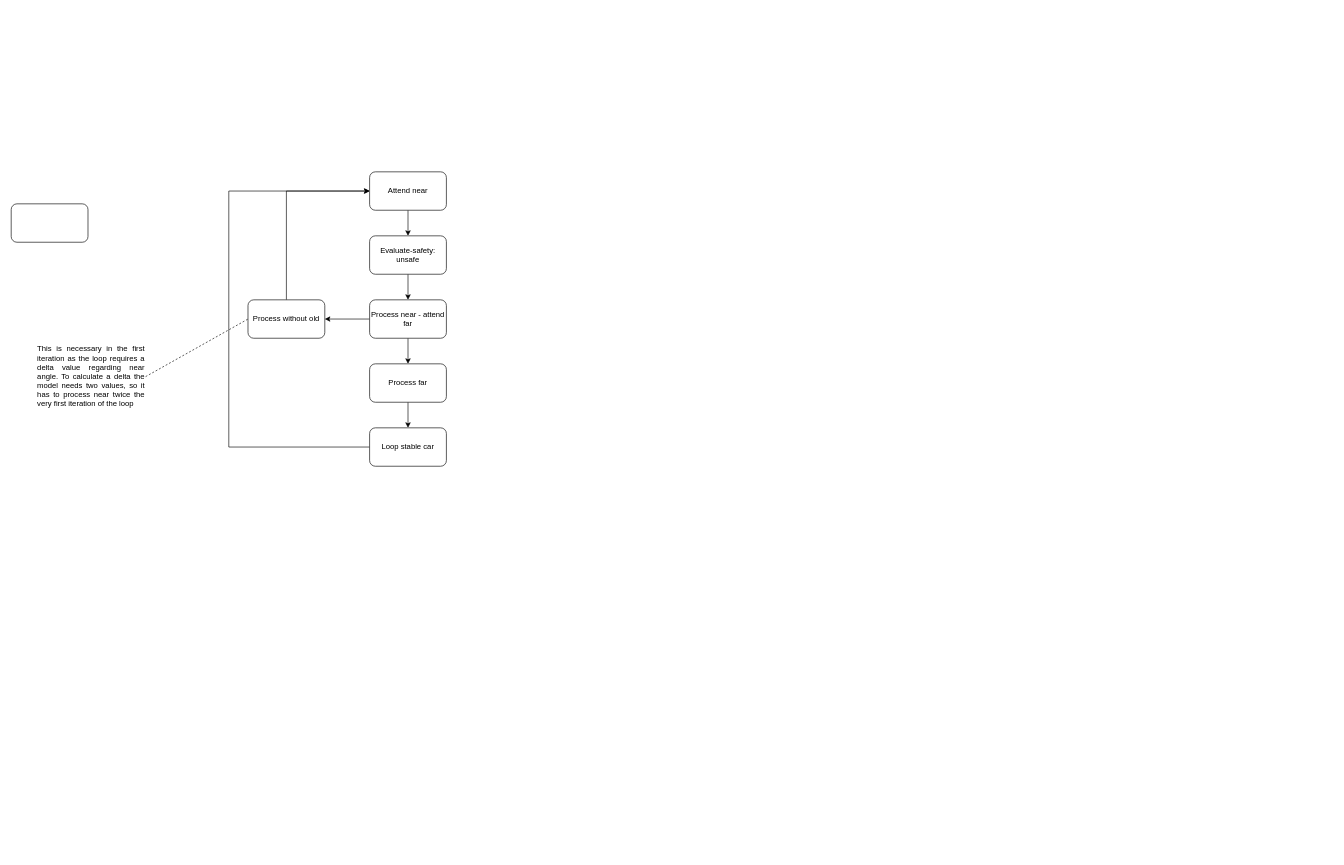
This is Untitled Diagram.drawio from heldmoritz/driving-nback, a draw.io file, before an edit. Source tidied: cells renumbered, new cells numbered last; positions are measured from the earlier drawing's top-left corner, leaving out a move shared by most shapes. Both pictures are drawn from the tidied source at 64%, with x=0, y=0 at pixel (11, 172).
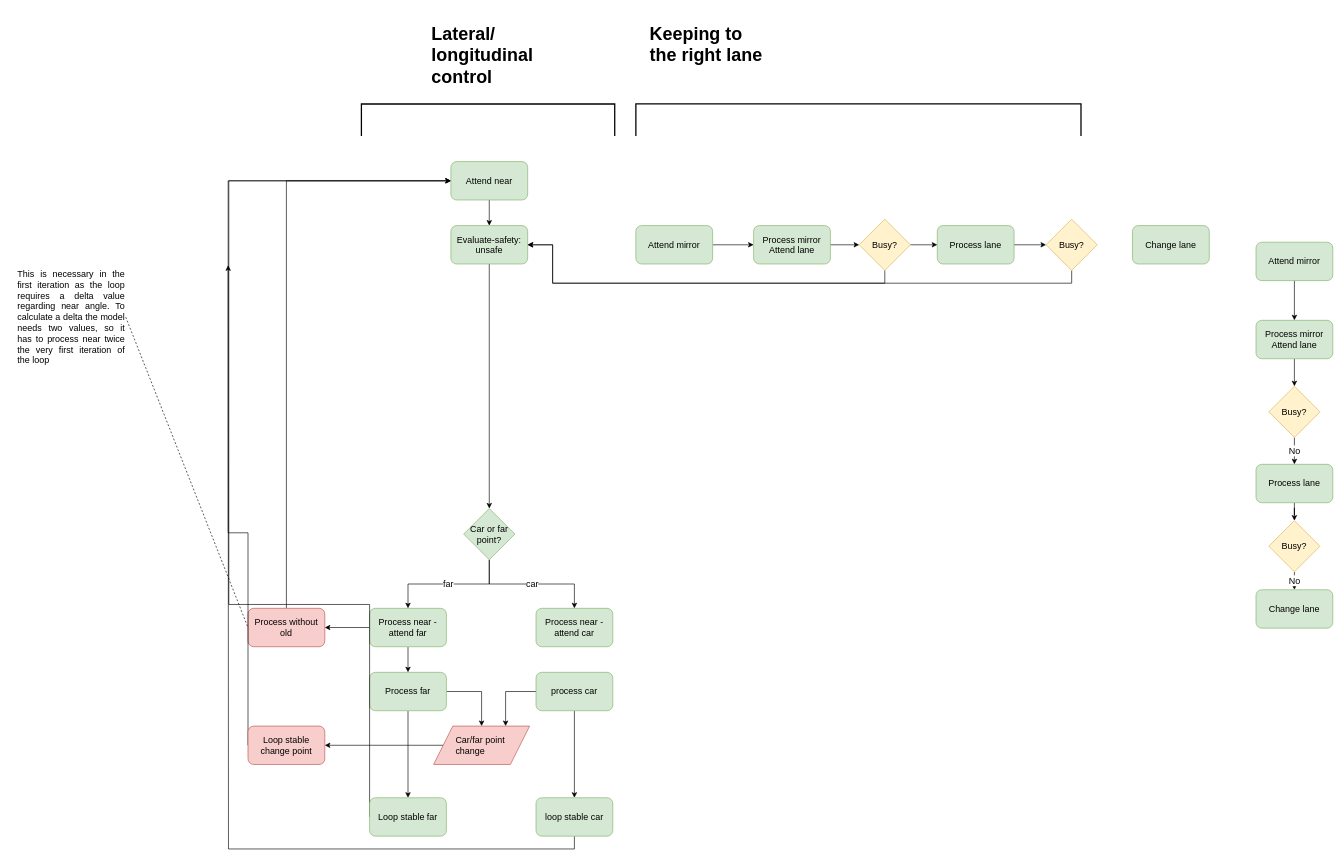
The same diagram, later.

Diff of the diagram source:
```diff
@@
-    <mxCell id="2" style="edgeStyle=orthogonalEdgeStyle;rounded=0;jettySize=auto;html=1;exitX=0.5;exitY=1;exitDx=0;exitDy=0;entryX=0.5;entryY=0;entryDx=0;entryDy=0;" parent="1" edge="1" source="3" target="6">
+    <mxCell id="2" style="edgeStyle=orthogonalEdgeStyle;rounded=0;jettySize=auto;html=1;exitX=0.5;exitY=1;exitDx=0;exitDy=0;entryX=0.5;entryY=0;entryDx=0;entryDy=0;fontSize=14;" parent="1" edge="1" source="3" target="6">
       <mxGeometry relative="1" as="geometry" />
     </mxCell>
-    <mxCell id="3" value="Attend near" style="rounded=1;whiteSpace=wrap;html=1;" parent="1" vertex="1">
-      <mxGeometry x="560" width="120" height="60" as="geometry" />
+    <mxCell id="3" value="Attend near" style="rounded=1;whiteSpace=wrap;html=1;fillColor=#d5e8d4;strokeColor=#82b366;fontSize=14;" parent="1" vertex="1">
+      <mxGeometry x="687" y="-16" width="120" height="60" as="geometry" />
     </mxCell>
-    <mxCell id="4" style="rounded=1;whiteSpace=wrap;html=1;" parent="1" vertex="1">
-      <mxGeometry y="50" width="120" height="60" as="geometry" />
-    </mxCell>
-    <mxCell id="5" style="edgeStyle=orthogonalEdgeStyle;rounded=0;jettySize=auto;html=1;exitX=0.5;exitY=1;exitDx=0;exitDy=0;entryX=0.5;entryY=0;entryDx=0;entryDy=0;" parent="1" edge="1" source="6" target="9">
-      <mxGeometry relative="1" as="geometry" />
-    </mxCell>
+    <mxCell id="18" style="edgeStyle=orthogonalEdgeStyle;rounded=0;jettySize=auto;html=1;exitX=0.5;exitY=1;exitDx=0;exitDy=0;entryX=0.5;entryY=0;entryDx=0;entryDy=0;fontSize=14;" parent="1" edge="1" source="6" target="23">
+      <mxGeometry relative="1" as="geometry" />
+    </mxCell>
-    <mxCell id="6" value="Evaluate-safety: unsafe" style="rounded=1;whiteSpace=wrap;html=1;" parent="1" vertex="1">
-      <mxGeometry x="560" y="100" width="120" height="60" as="geometry" />
+    <mxCell id="6" value="Evaluate-safety: unsafe" style="rounded=1;whiteSpace=wrap;html=1;fillColor=#d5e8d4;strokeColor=#82b366;fontSize=14;" parent="1" vertex="1">
+      <mxGeometry x="687" y="84" width="120" height="60" as="geometry" />
     </mxCell>
-    <mxCell id="7" style="edgeStyle=orthogonalEdgeStyle;rounded=0;jettySize=auto;html=1;exitX=0;exitY=0.5;exitDx=0;exitDy=0;entryX=1;entryY=0.5;entryDx=0;entryDy=0;" parent="1" edge="1" source="9" target="11">
+    <mxCell id="7" style="edgeStyle=orthogonalEdgeStyle;rounded=0;jettySize=auto;html=1;exitX=0;exitY=0.5;exitDx=0;exitDy=0;entryX=1;entryY=0.5;entryDx=0;entryDy=0;fontSize=14;" parent="1" edge="1" source="9" target="11">
       <mxGeometry relative="1" as="geometry" />
     </mxCell>
-    <mxCell id="8" style="edgeStyle=orthogonalEdgeStyle;rounded=0;jettySize=auto;html=1;exitX=0.5;exitY=1;exitDx=0;exitDy=0;entryX=0.5;entryY=0;entryDx=0;entryDy=0;" parent="1" edge="1" source="9" target="13">
+    <mxCell id="8" style="edgeStyle=orthogonalEdgeStyle;rounded=0;jettySize=auto;html=1;exitX=0.5;exitY=1;exitDx=0;exitDy=0;entryX=0.5;entryY=0;entryDx=0;entryDy=0;fontSize=14;" parent="1" edge="1" source="9" target="13">
       <mxGeometry relative="1" as="geometry" />
     </mxCell>
-    <mxCell id="9" value="Process near - attend far" style="rounded=1;whiteSpace=wrap;html=1;" parent="1" vertex="1">
-      <mxGeometry x="560" y="200" width="120" height="60" as="geometry" />
+    <mxCell id="9" value="Process near - attend far" style="rounded=1;whiteSpace=wrap;html=1;fillColor=#d5e8d4;strokeColor=#82b366;fontSize=14;" parent="1" vertex="1">
+      <mxGeometry x="560" y="682" width="120" height="60" as="geometry" />
     </mxCell>
-    <mxCell id="10" style="edgeStyle=orthogonalEdgeStyle;rounded=0;jettySize=auto;html=1;exitX=0.5;exitY=0;exitDx=0;exitDy=0;entryX=0;entryY=0.5;entryDx=0;entryDy=0;" parent="1" edge="1" source="11" target="3">
+    <mxCell id="10" style="edgeStyle=orthogonalEdgeStyle;rounded=0;jettySize=auto;html=1;exitX=0.5;exitY=0;exitDx=0;exitDy=0;entryX=0;entryY=0.5;entryDx=0;entryDy=0;fontSize=14;" parent="1" edge="1" source="11" target="3">
       <mxGeometry relative="1" as="geometry" />
     </mxCell>
-    <mxCell id="11" value="Process without old" style="rounded=1;whiteSpace=wrap;html=1;" parent="1" vertex="1">
-      <mxGeometry x="370" y="200" width="120" height="60" as="geometry" />
+    <mxCell id="11" value="Process without old" style="rounded=1;whiteSpace=wrap;html=1;fillColor=#f8cecc;strokeColor=#b85450;fontSize=14;" parent="1" vertex="1">
+      <mxGeometry x="370" y="682" width="120" height="60" as="geometry" />
     </mxCell>
-    <mxCell id="12" style="edgeStyle=orthogonalEdgeStyle;rounded=0;jettySize=auto;html=1;exitX=0.5;exitY=1;exitDx=0;exitDy=0;entryX=0.5;entryY=0;entryDx=0;entryDy=0;" parent="1" edge="1" source="13" target="15">
+    <mxCell id="12" style="edgeStyle=orthogonalEdgeStyle;rounded=0;jettySize=auto;html=1;exitX=0.5;exitY=1;exitDx=0;exitDy=0;entryX=0.5;entryY=0;entryDx=0;entryDy=0;fontSize=14;" parent="1" edge="1" source="13" target="15">
       <mxGeometry relative="1" as="geometry" />
     </mxCell>
+    <mxCell id="19" style="edgeStyle=orthogonalEdgeStyle;rounded=0;jettySize=auto;html=1;exitX=1;exitY=0.5;exitDx=0;exitDy=0;fontSize=14;" parent="1" edge="1" source="13" target="30">
+      <mxGeometry relative="1" as="geometry" />
+    </mxCell>
-    <mxCell id="13" value="Process far" style="rounded=1;whiteSpace=wrap;html=1;" parent="1" vertex="1">
-      <mxGeometry x="560" y="300" width="120" height="60" as="geometry" />
+    <mxCell id="13" value="Process far" style="rounded=1;whiteSpace=wrap;html=1;fillColor=#d5e8d4;strokeColor=#82b366;fontSize=14;" parent="1" vertex="1">
+      <mxGeometry x="560" y="782" width="120" height="60" as="geometry" />
     </mxCell>
-    <mxCell id="14" style="edgeStyle=orthogonalEdgeStyle;rounded=0;jettySize=auto;html=1;exitX=0;exitY=0.5;exitDx=0;exitDy=0;entryX=0;entryY=0.5;entryDx=0;entryDy=0;" parent="1" edge="1" source="15" target="3">
+    <mxCell id="14" style="edgeStyle=orthogonalEdgeStyle;rounded=0;jettySize=auto;html=1;exitX=0;exitY=0.5;exitDx=0;exitDy=0;entryX=0;entryY=0.5;entryDx=0;entryDy=0;fontSize=14;" parent="1" edge="1" source="15" target="3">
       <mxGeometry relative="1" as="geometry">
         <Array as="points">
-          <mxPoint x="340" y="430" />
-          <mxPoint x="340" y="30" />
+          <mxPoint x="340" y="676" />
+          <mxPoint x="340" y="14" />
         </Array>
       </mxGeometry>
     </mxCell>
-    <mxCell id="15" value="Loop stable car" style="rounded=1;whiteSpace=wrap;html=1;" parent="1" vertex="1">
-      <mxGeometry x="560" y="400" width="120" height="60" as="geometry" />
+    <mxCell id="15" value="Loop stable far" style="rounded=1;whiteSpace=wrap;html=1;fillColor=#d5e8d4;strokeColor=#82b366;fontSize=14;" parent="1" vertex="1">
+      <mxGeometry x="560" y="978" width="120" height="60" as="geometry" />
     </mxCell>
-    <mxCell id="16" value="&lt;div style=&quot;text-align: justify&quot;&gt;&lt;span&gt;This is necessary in the first iteration as the loop requires a delta value regarding near angle. To calculate a delta the model needs two values, so it has to process near twice the very first iteration of the loop&lt;/span&gt;&lt;/div&gt;" style="text;html=1;strokeColor=none;fillColor=none;align=center;verticalAlign=middle;whiteSpace=wrap;rounded=0;" parent="1" vertex="1">
-      <mxGeometry x="40" y="250" width="170" height="140" as="geometry" />
+    <mxCell id="16" value="&lt;div style=&quot;text-align: justify; font-size: 14px;&quot;&gt;&lt;span style=&quot;font-size: 14px;&quot;&gt;This is necessary in the first iteration as the loop requires a delta value regarding near angle. To calculate a delta the model needs two values, so it has to process near twice the very first iteration of the loop&lt;/span&gt;&lt;/div&gt;" style="text;html=1;strokeColor=none;fillColor=none;align=center;verticalAlign=middle;whiteSpace=wrap;rounded=0;fontSize=14;" parent="1" vertex="1">
+      <mxGeometry x="9" y="157" width="170" height="140" as="geometry" />
     </mxCell>
-    <mxCell id="17" style="endArrow=none;dashed=1;html=1;rounded=0;exitX=1;exitY=0.5;exitDx=0;exitDy=0;entryX=0;entryY=0.5;entryDx=0;entryDy=0;" parent="1" edge="1" source="16" target="11">
+    <mxCell id="17" style="endArrow=none;dashed=1;html=1;rounded=0;exitX=1;exitY=0.5;exitDx=0;exitDy=0;entryX=0;entryY=0.5;entryDx=0;entryDy=0;fontSize=14;" parent="1" edge="1" source="16" target="11">
       <mxGeometry relative="1" as="geometry" />
     </mxCell>
+    <mxCell id="20" value="Process near - attend car" style="rounded=1;whiteSpace=wrap;html=1;fillColor=#d5e8d4;strokeColor=#82b366;fontSize=14;" parent="1" vertex="1">
+      <mxGeometry x="820" y="682" width="120" height="60" as="geometry" />
+    </mxCell>
+    <mxCell id="21" value="far" style="edgeStyle=orthogonalEdgeStyle;rounded=0;jettySize=auto;html=1;exitX=0.5;exitY=1;exitDx=0;exitDy=0;entryX=0.5;entryY=0;entryDx=0;entryDy=0;fontSize=14;" parent="1" edge="1" source="23" target="9">
+      <mxGeometry relative="1" as="geometry" />
+    </mxCell>
+    <mxCell id="22" value="car" style="edgeStyle=orthogonalEdgeStyle;rounded=0;jettySize=auto;html=1;exitX=0.5;exitY=1;exitDx=0;exitDy=0;entryX=0.5;entryY=0;entryDx=0;entryDy=0;fontSize=14;" parent="1" edge="1" source="23" target="20">
+      <mxGeometry relative="1" as="geometry" />
+    </mxCell>
+    <mxCell id="23" value="Car or far point?" style="rhombus;whiteSpace=wrap;html=1;fillColor=#d5e8d4;strokeColor=#82b366;fontSize=14;" parent="1" vertex="1">
+      <mxGeometry x="707" y="526" width="80" height="80" as="geometry" />
+    </mxCell>
+    <mxCell id="24" style="edgeStyle=orthogonalEdgeStyle;rounded=0;jettySize=auto;html=1;exitX=0;exitY=0.5;exitDx=0;exitDy=0;entryX=0.75;entryY=0;entryDx=0;entryDy=0;fontSize=14;" parent="1" edge="1" source="26" target="30">
+      <mxGeometry relative="1" as="geometry" />
+    </mxCell>
+    <mxCell id="25" style="edgeStyle=orthogonalEdgeStyle;rounded=0;jettySize=auto;html=1;exitX=0.5;exitY=1;exitDx=0;exitDy=0;fontSize=14;" parent="1" edge="1" source="26" target="28">
+      <mxGeometry relative="1" as="geometry" />
+    </mxCell>
+    <mxCell id="26" value="process car" style="rounded=1;whiteSpace=wrap;html=1;fillColor=#d5e8d4;strokeColor=#82b366;fontSize=14;" parent="1" vertex="1">
+      <mxGeometry x="820" y="782" width="120" height="60" as="geometry" />
+    </mxCell>
+    <mxCell id="27" style="edgeStyle=orthogonalEdgeStyle;rounded=0;jettySize=auto;html=1;exitX=0.5;exitY=1;exitDx=0;exitDy=0;fontSize=14;" parent="1" edge="1" source="28">
+      <mxGeometry relative="1" as="geometry">
+        <mxPoint x="339" y="146" as="targetPoint" />
+      </mxGeometry>
+    </mxCell>
+    <mxCell id="28" value="loop stable car" style="rounded=1;whiteSpace=wrap;html=1;fillColor=#d5e8d4;strokeColor=#82b366;fontSize=14;" parent="1" vertex="1">
+      <mxGeometry x="820" y="978" width="120" height="60" as="geometry" />
+    </mxCell>
+    <mxCell id="29" style="edgeStyle=orthogonalEdgeStyle;rounded=0;jettySize=auto;html=1;exitX=0;exitY=0.5;exitDx=0;exitDy=0;entryX=1;entryY=0.5;entryDx=0;entryDy=0;fontSize=14;" parent="1" edge="1" source="30" target="32">
+      <mxGeometry relative="1" as="geometry" />
+    </mxCell>
+    <mxCell id="30" value="&lt;div style=&quot;text-align: justify ; font-size: 14px&quot;&gt;Car/far point&amp;nbsp;&lt;/div&gt;&lt;div style=&quot;text-align: justify ; font-size: 14px&quot;&gt;change&lt;/div&gt;" style="shape=parallelogram;perimeter=parallelogramPerimeter;whiteSpace=wrap;html=1;fixedSize=1;size=30;align=center;fillColor=#f8cecc;strokeColor=#b85450;fontSize=14;" parent="1" vertex="1">
+      <mxGeometry x="660" y="866" width="150" height="60" as="geometry" />
+    </mxCell>
+    <mxCell id="31" style="edgeStyle=orthogonalEdgeStyle;rounded=0;jettySize=auto;html=1;exitX=0;exitY=0.5;exitDx=0;exitDy=0;entryX=0;entryY=0.5;entryDx=0;entryDy=0;fontSize=14;" parent="1" edge="1" source="32" target="3">
+      <mxGeometry relative="1" as="geometry">
+        <Array as="points">
+          <mxPoint x="339" y="564" />
+          <mxPoint x="339" y="14" />
+        </Array>
+      </mxGeometry>
+    </mxCell>
+    <mxCell id="32" value="Loop stable change point" style="rounded=1;whiteSpace=wrap;html=1;fillColor=#f8cecc;strokeColor=#b85450;fontSize=14;" parent="1" vertex="1">
+      <mxGeometry x="370" y="866" width="120" height="60" as="geometry" />
+    </mxCell>
+    <mxCell id="33" style="edgeStyle=orthogonalEdgeStyle;rounded=0;jettySize=auto;html=1;exitX=1;exitY=0.5;exitDx=0;exitDy=0;entryX=0;entryY=0.5;entryDx=0;entryDy=0;fontSize=14;" parent="1" edge="1" source="34" target="36">
+      <mxGeometry relative="1" as="geometry" />
+    </mxCell>
+    <mxCell id="34" value="Attend mirror" style="rounded=1;whiteSpace=wrap;html=1;fillColor=#d5e8d4;strokeColor=#82b366;fontSize=14;" parent="1" vertex="1">
+      <mxGeometry x="976" y="84" width="120" height="60" as="geometry" />
+    </mxCell>
+    <mxCell id="35" style="edgeStyle=orthogonalEdgeStyle;rounded=0;jettySize=auto;html=1;exitX=1;exitY=0.5;exitDx=0;exitDy=0;entryX=0;entryY=0.5;entryDx=0;entryDy=0;fontSize=14;" parent="1" edge="1" source="36" target="41">
+      <mxGeometry relative="1" as="geometry" />
+    </mxCell>
+    <mxCell id="36" value="Process mirror&lt;br style=&quot;font-size: 14px&quot;&gt;Attend lane" style="rounded=1;whiteSpace=wrap;html=1;fillColor=#d5e8d4;strokeColor=#82b366;fontSize=14;" parent="1" vertex="1">
+      <mxGeometry x="1160" y="84" width="120" height="60" as="geometry" />
+    </mxCell>
+    <mxCell id="37" style="edgeStyle=orthogonalEdgeStyle;rounded=0;jettySize=auto;html=1;exitX=1;exitY=0.5;exitDx=0;exitDy=0;entryX=0;entryY=0.5;entryDx=0;entryDy=0;fontSize=14;" parent="1" edge="1" source="38" target="58">
+      <mxGeometry relative="1" as="geometry" />
+    </mxCell>
+    <mxCell id="38" value="Process lane" style="rounded=1;whiteSpace=wrap;html=1;fillColor=#d5e8d4;strokeColor=#82b366;fontSize=14;" parent="1" vertex="1">
+      <mxGeometry x="1447" y="84" width="120" height="60" as="geometry" />
+    </mxCell>
+    <mxCell id="39" style="edgeStyle=orthogonalEdgeStyle;rounded=0;jettySize=auto;html=1;exitX=1;exitY=0.5;exitDx=0;exitDy=0;entryX=0;entryY=0.5;entryDx=0;entryDy=0;fontSize=14;" parent="1" edge="1" source="41" target="38">
+      <mxGeometry relative="1" as="geometry" />
+    </mxCell>
+    <mxCell id="40" style="edgeStyle=orthogonalEdgeStyle;rounded=0;jettySize=auto;html=1;exitX=0.5;exitY=1;exitDx=0;exitDy=0;entryX=1;entryY=0.5;entryDx=0;entryDy=0;fontSize=14;" parent="1" edge="1" source="41" target="6">
+      <mxGeometry relative="1" as="geometry">
+        <Array as="points">
+          <mxPoint x="1365" y="174" />
+          <mxPoint x="846" y="174" />
+          <mxPoint x="846" y="114" />
+        </Array>
+      </mxGeometry>
+    </mxCell>
+    <mxCell id="41" value="Busy?" style="rhombus;whiteSpace=wrap;html=1;fontSize=14;fillColor=#fff2cc;strokeColor=#d6b656;" parent="1" vertex="1">
+      <mxGeometry x="1325" y="74" width="80" height="80" as="geometry" />
+    </mxCell>
+    <mxCell id="42" value="&lt;h1&gt;Keeping to the right lane&lt;/h1&gt;" style="text;html=1;strokeColor=none;fillColor=none;spacing=5;spacingTop=-20;whiteSpace=wrap;overflow=hidden;rounded=0;fontSize=14;" parent="1" vertex="1">
+      <mxGeometry x="992.5" y="-241" width="190" height="89" as="geometry" />
+    </mxCell>
+    <mxCell id="43" value="&lt;h1&gt;Lateral/&lt;br&gt;longitudinal control&lt;/h1&gt;" style="text;html=1;strokeColor=none;fillColor=none;spacing=5;spacingTop=-20;whiteSpace=wrap;overflow=hidden;rounded=0;fontSize=14;" parent="1" vertex="1">
+      <mxGeometry x="652" y="-241" width="190" height="111" as="geometry" />
+    </mxCell>
+    <mxCell id="44" style="strokeWidth=2;html=1;shape=mxgraph.flowchart.annotation_1;align=left;fontSize=14;rotation=90;" parent="1" vertex="1">
+      <mxGeometry x="1298.8" y="-428.8" width="50" height="695.5" as="geometry" />
+    </mxCell>
+    <mxCell id="45" style="strokeWidth=2;html=1;shape=mxgraph.flowchart.annotation_1;align=left;fontSize=14;rotation=90;" parent="1" vertex="1">
+      <mxGeometry x="720.1" y="-278.9" width="50" height="395.8" as="geometry" />
+    </mxCell>
+    <mxCell id="46" style="edgeStyle=orthogonalEdgeStyle;rounded=0;jettySize=auto;html=1;exitX=0.5;exitY=1;exitDx=0;exitDy=0;fontSize=14;" parent="1" edge="1" source="47" target="49">
+      <mxGeometry relative="1" as="geometry" />
+    </mxCell>
+    <mxCell id="47" value="Attend mirror" style="rounded=1;whiteSpace=wrap;html=1;fillColor=#d5e8d4;strokeColor=#82b366;fontSize=14;" parent="1" vertex="1">
+      <mxGeometry x="1945" y="110" width="120" height="60" as="geometry" />
+    </mxCell>
+    <mxCell id="48" style="edgeStyle=orthogonalEdgeStyle;rounded=0;jettySize=auto;html=1;exitX=0.5;exitY=1;exitDx=0;exitDy=0;entryX=0.5;entryY=0;entryDx=0;entryDy=0;fontSize=14;" parent="1" edge="1" source="49" target="54">
+      <mxGeometry relative="1" as="geometry" />
+    </mxCell>
+    <mxCell id="49" value="Process mirror&lt;br style=&quot;font-size: 14px&quot;&gt;Attend lane" style="rounded=1;whiteSpace=wrap;html=1;fillColor=#d5e8d4;strokeColor=#82b366;fontSize=14;" parent="1" vertex="1">
+      <mxGeometry x="1945" y="232" width="120" height="60" as="geometry" />
+    </mxCell>
+    <mxCell id="50" style="edgeStyle=orthogonalEdgeStyle;rounded=0;jettySize=auto;html=1;exitX=0.5;exitY=1;exitDx=0;exitDy=0;fontSize=14;" parent="1" edge="1" source="51" target="56">
+      <mxGeometry relative="1" as="geometry" />
+    </mxCell>
+    <mxCell id="51" value="Process lane" style="rounded=1;whiteSpace=wrap;html=1;fillColor=#d5e8d4;strokeColor=#82b366;fontSize=14;" parent="1" vertex="1">
+      <mxGeometry x="1945" y="457" width="120" height="60" as="geometry" />
+    </mxCell>
+    <mxCell id="52" value="Change lane" style="rounded=1;whiteSpace=wrap;html=1;fillColor=#d5e8d4;strokeColor=#82b366;fontSize=14;" parent="1" vertex="1">
+      <mxGeometry x="1945" y="653" width="120" height="60" as="geometry" />
+    </mxCell>
+    <mxCell id="53" value="No" style="edgeStyle=orthogonalEdgeStyle;rounded=0;jettySize=auto;html=1;exitX=0.5;exitY=1;exitDx=0;exitDy=0;entryX=0.5;entryY=0;entryDx=0;entryDy=0;fontSize=14;" parent="1" edge="1" source="54" target="51">
+      <mxGeometry relative="1" as="geometry" />
+    </mxCell>
+    <mxCell id="54" value="Busy?" style="rhombus;whiteSpace=wrap;html=1;fontSize=14;fillColor=#fff2cc;strokeColor=#d6b656;" parent="1" vertex="1">
+      <mxGeometry x="1965" y="335" width="80" height="80" as="geometry" />
+    </mxCell>
+    <mxCell id="55" value="No" style="edgeStyle=orthogonalEdgeStyle;rounded=0;jettySize=auto;html=1;exitX=0.5;exitY=1;exitDx=0;exitDy=0;entryX=0.5;entryY=0;entryDx=0;entryDy=0;fontSize=14;" parent="1" edge="1" source="56" target="52">
+      <mxGeometry relative="1" as="geometry" />
+    </mxCell>
+    <mxCell id="56" value="Busy?" style="rhombus;whiteSpace=wrap;html=1;fontSize=14;fillColor=#fff2cc;strokeColor=#d6b656;" parent="1" vertex="1">
+      <mxGeometry x="1965" y="545" width="80" height="80" as="geometry" />
+    </mxCell>
+    <mxCell id="57" style="edgeStyle=orthogonalEdgeStyle;rounded=0;jettySize=auto;html=1;exitX=0.5;exitY=1;exitDx=0;exitDy=0;entryX=1;entryY=0.5;entryDx=0;entryDy=0;fontSize=14;" parent="1" edge="1" source="58" target="6">
+      <mxGeometry relative="1" as="geometry">
+        <Array as="points">
+          <mxPoint x="1657" y="174" />
+          <mxPoint x="846" y="174" />
+          <mxPoint x="846" y="114" />
+        </Array>
+      </mxGeometry>
+    </mxCell>
+    <mxCell id="58" value="Busy?" style="rhombus;whiteSpace=wrap;html=1;fontSize=14;fillColor=#fff2cc;strokeColor=#d6b656;" parent="1" vertex="1">
+      <mxGeometry x="1617" y="74" width="80" height="80" as="geometry" />
+    </mxCell>
+    <mxCell id="59" value="Change lane" style="rounded=1;whiteSpace=wrap;html=1;fillColor=#d5e8d4;strokeColor=#82b366;fontSize=14;" parent="1" vertex="1">
+      <mxGeometry x="1752" y="84" width="120" height="60" as="geometry" />
+    </mxCell>
```
